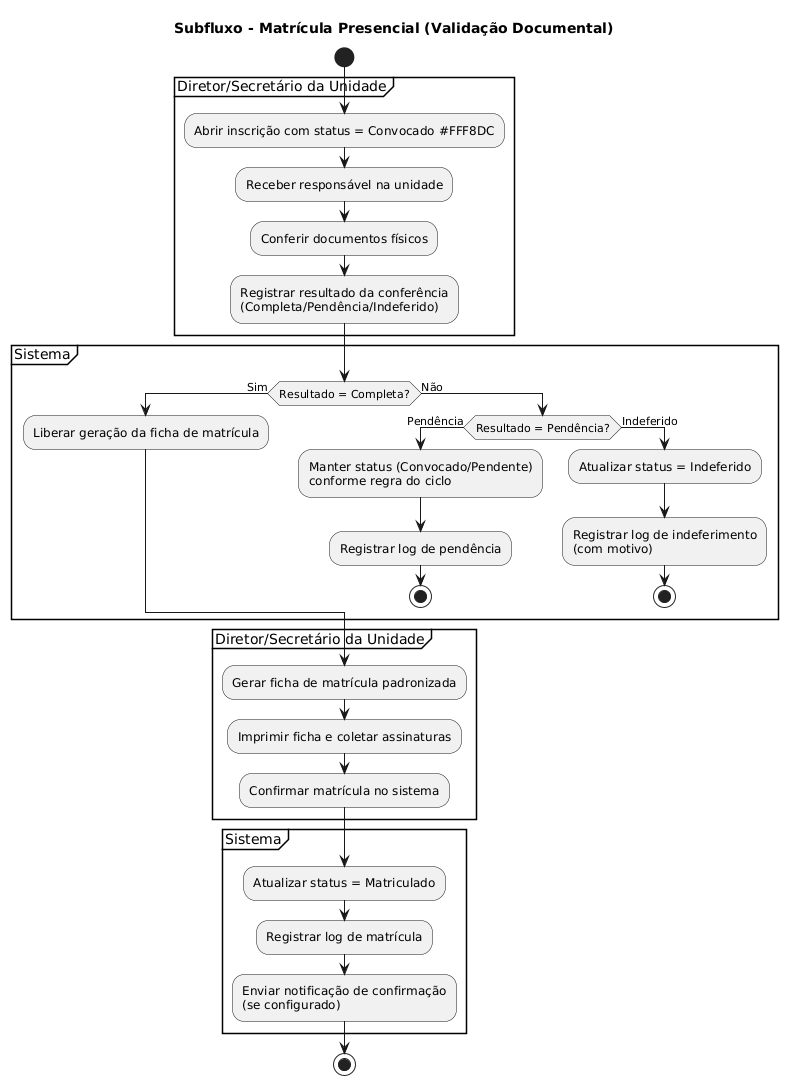
Before: docs/assets/atividade_fluxo_4.png, a diagram exported from PlantUML (maxwelldeveloper7/vagas-creche).
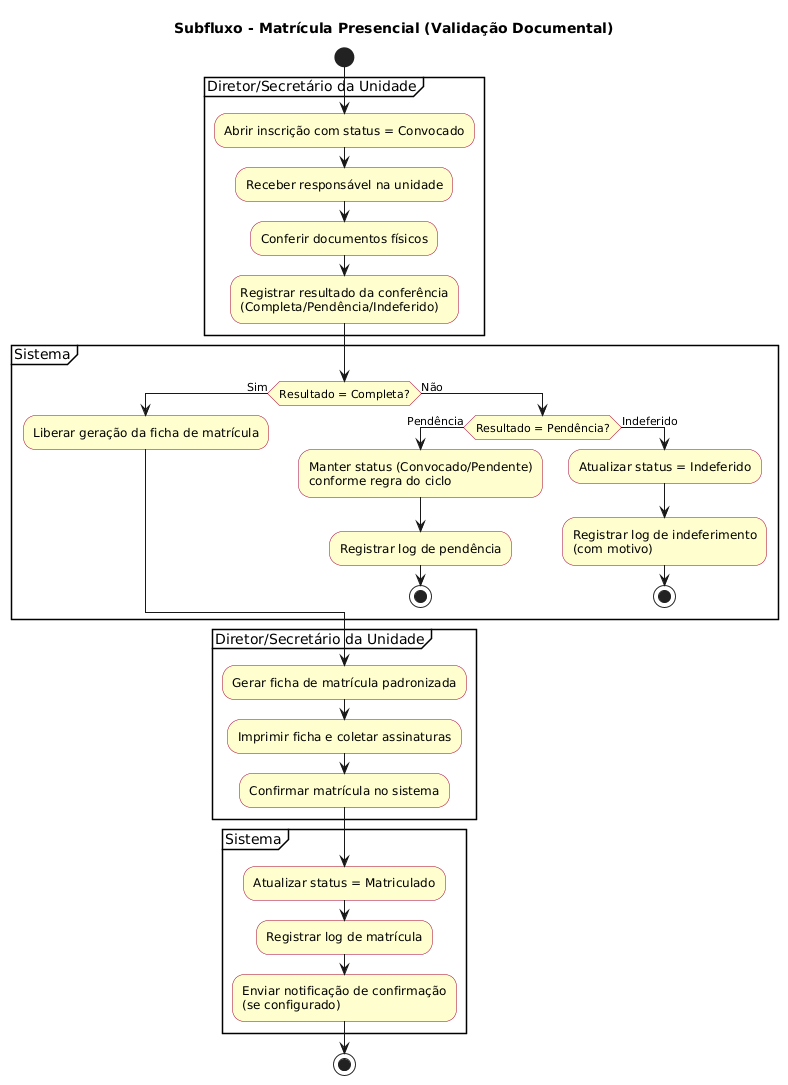
After the change.

Change to the diagram source:
```diff
@@ -1,10 +1,16 @@
 @startuml
+
+skinparam activity {
+  BackgroundColor #FEFECE
+  BorderColor #A80036
+}
+
 title Subfluxo - Matrícula Presencial (Validação Documental)
 
 start
 
-partition "Diretor/Secretário da Unidade" {
-  :Abrir inscrição com status = Convocado #FFF8DC;
+partition "Diretor/Secretário da Unidade"{
+  :Abrir inscrição com status = Convocado;
   :Receber responsável na unidade;
   :Conferir documentos físicos;
   :Registrar resultado da conferência\n(Completa/Pendência/Indeferido);
```
